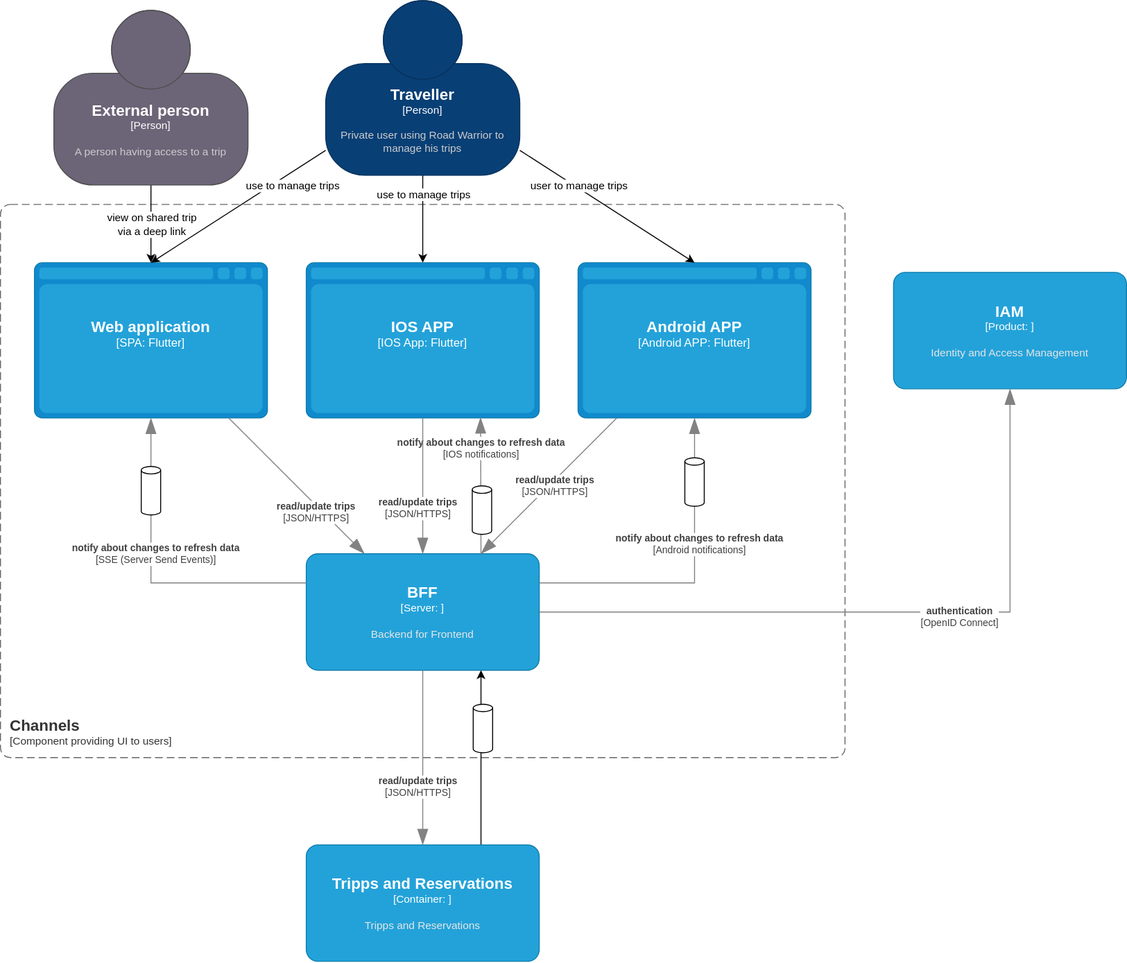
This is diagrams/Component-Channels.drawio.svg from wschaef/architecture-kata-2023, a draw.io export, as it was before one commit. Source tidied: cells renumbered, new cells last; positions are measured from the earlier drawing's top-left corner, leaving out a move shared by most shapes.
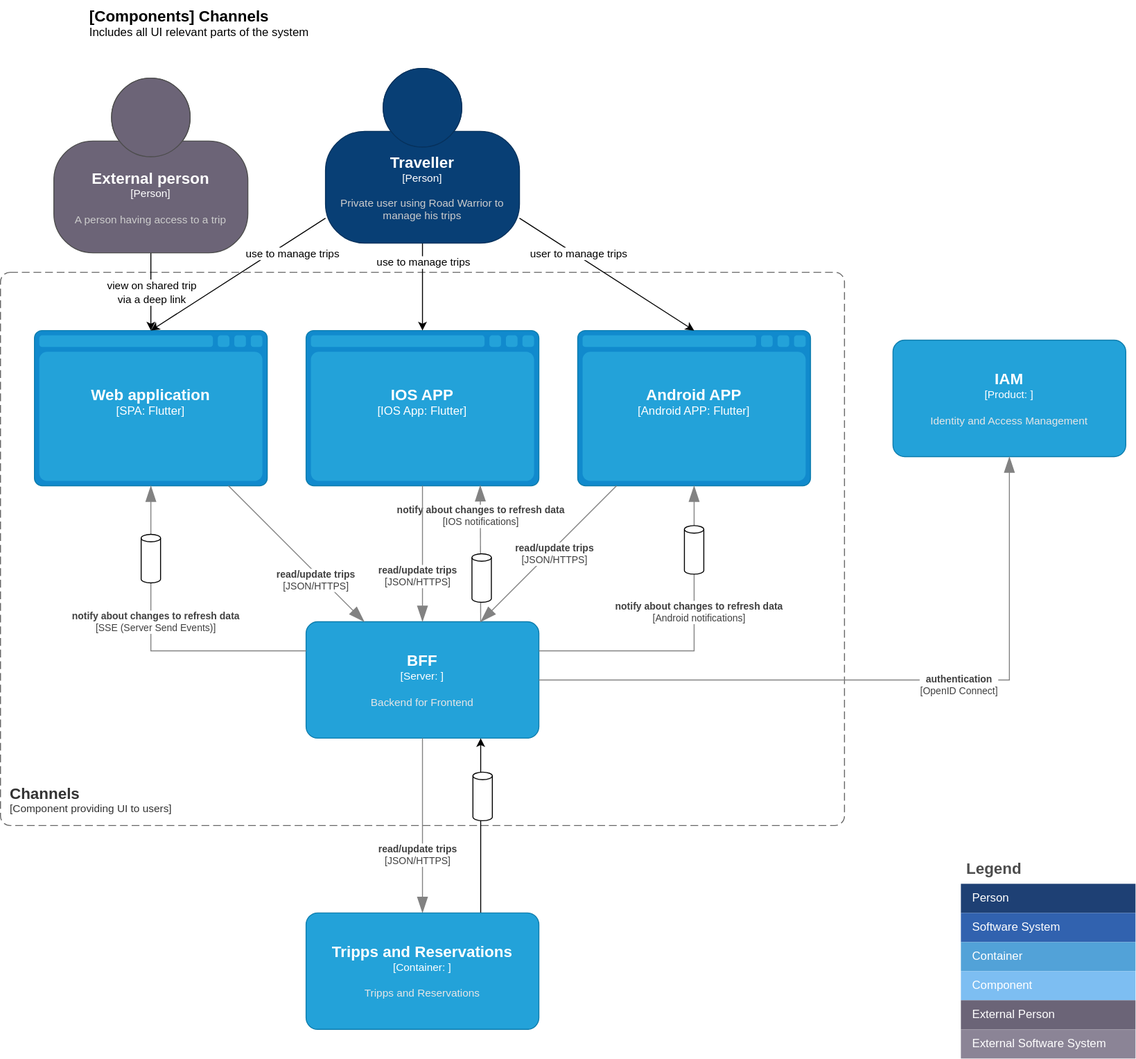
After the commit.

What changed in the source:
```diff
@@ -134,5 +134,49 @@
         <mxGeometry x="0.21" y="-5" relative="1" as="geometry" />
       </mxCell>
     </object>
+    <object id="32" label="&lt;font style=&quot;font-size: 16px&quot;&gt;&lt;b&gt;&lt;div style=&quot;text-align: left&quot;&gt;%c4Name%&lt;/div&gt;&lt;/b&gt;&lt;/font&gt;&lt;div style=&quot;text-align: left&quot;&gt;%c4Description%&lt;/div&gt;" c4Description="Includes all UI relevant parts of the system" c4Name="[Components] Channels" c4Type="ContainerDiagramTitle" placeholders="1">
+      <mxCell style="text;html=1;strokeColor=none;fillColor=none;align=left;verticalAlign=top;whiteSpace=wrap;rounded=0;" parent="1" vertex="1">
+        <mxGeometry x="90" y="-70" width="680" height="40" as="geometry" />
+      </mxCell>
+    </object>
+    <mxCell id="33" value="Legend" style="shape=table;startSize=30;fontSize=16;align=left;verticalAlign=top;fillColor=none;strokeColor=none;fontColor=#4D4D4D;fontStyle=1;spacingLeft=6;spacing=0;" parent="1" vertex="1">
+      <mxGeometry x="990" y="810" width="180" height="210" as="geometry" />
+    </mxCell>
+    <mxCell id="34" style="shape=tableRow;horizontal=0;startSize=0;swimlaneHead=0;swimlaneBody=0;strokeColor=inherit;top=0;left=0;bottom=0;right=0;fillColor=none;fontSize=12;" parent="33" vertex="1">
+      <mxGeometry y="30" width="180" height="30" as="geometry" />
+    </mxCell>
+    <mxCell id="35" value="Person" style="shape=partialRectangle;html=1;whiteSpace=wrap;strokeColor=inherit;overflow=hidden;fillColor=#1E4074;top=0;left=0;bottom=0;right=0;fontSize=12;align=left;fontColor=#FFFFFF;gradientColor=none;spacingLeft=10;spacingRight=4;" parent="34" vertex="1">
+      <mxGeometry width="180" height="30" as="geometry" />
+    </mxCell>
+    <mxCell id="36" style="shape=tableRow;horizontal=0;startSize=0;swimlaneHead=0;swimlaneBody=0;strokeColor=inherit;top=0;left=0;bottom=0;right=0;fillColor=none;fontSize=12;" parent="33" vertex="1">
+      <mxGeometry y="60" width="180" height="30" as="geometry" />
+    </mxCell>
+    <mxCell id="37" value="Software System" style="shape=partialRectangle;html=1;whiteSpace=wrap;strokeColor=inherit;overflow=hidden;fillColor=#3162AF;top=0;left=0;bottom=0;right=0;fontSize=12;align=left;fontColor=#FFFFFF;gradientColor=none;spacingLeft=10;spacingRight=4;" parent="36" vertex="1">
+      <mxGeometry width="180" height="30" as="geometry" />
+    </mxCell>
+    <mxCell id="38" style="shape=tableRow;horizontal=0;startSize=0;swimlaneHead=0;swimlaneBody=0;strokeColor=inherit;top=0;left=0;bottom=0;right=0;fillColor=none;fontSize=12;" parent="33" vertex="1">
+      <mxGeometry y="90" width="180" height="30" as="geometry" />
+    </mxCell>
+    <mxCell id="39" value="Container" style="shape=partialRectangle;html=1;whiteSpace=wrap;strokeColor=inherit;overflow=hidden;fillColor=#52a2d8;top=0;left=0;bottom=0;right=0;fontSize=12;align=left;fontColor=#FFFFFF;gradientColor=none;spacingLeft=10;spacingRight=4;" parent="38" vertex="1">
+      <mxGeometry width="180" height="30" as="geometry" />
+    </mxCell>
+    <mxCell id="40" style="shape=tableRow;horizontal=0;startSize=0;swimlaneHead=0;swimlaneBody=0;strokeColor=inherit;top=0;left=0;bottom=0;right=0;fillColor=none;fontSize=12;" parent="33" vertex="1">
+      <mxGeometry y="120" width="180" height="30" as="geometry" />
+    </mxCell>
+    <mxCell id="41" value="Component" style="shape=partialRectangle;html=1;whiteSpace=wrap;strokeColor=inherit;overflow=hidden;fillColor=#7dbef2;top=0;left=0;bottom=0;right=0;fontSize=12;align=left;fontColor=#FFFFFF;gradientColor=none;spacingLeft=10;spacingRight=4;" parent="40" vertex="1">
+      <mxGeometry width="180" height="30" as="geometry" />
+    </mxCell>
+    <mxCell id="42" style="shape=tableRow;horizontal=0;startSize=0;swimlaneHead=0;swimlaneBody=0;strokeColor=inherit;top=0;left=0;bottom=0;right=0;fillColor=none;fontSize=12;" parent="33" vertex="1">
+      <mxGeometry y="150" width="180" height="30" as="geometry" />
+    </mxCell>
+    <mxCell id="43" value="External Person" style="shape=partialRectangle;html=1;whiteSpace=wrap;strokeColor=inherit;overflow=hidden;fillColor=#6b6477;top=0;left=0;bottom=0;right=0;fontSize=12;align=left;fontColor=#FFFFFF;gradientColor=none;spacingLeft=10;spacingRight=4;" parent="42" vertex="1">
+      <mxGeometry width="180" height="30" as="geometry" />
+    </mxCell>
+    <mxCell id="44" style="shape=tableRow;horizontal=0;startSize=0;swimlaneHead=0;swimlaneBody=0;strokeColor=inherit;top=0;left=0;bottom=0;right=0;fillColor=none;fontSize=12;" parent="33" vertex="1">
+      <mxGeometry y="180" width="180" height="30" as="geometry" />
+    </mxCell>
+    <mxCell id="45" value="External Software System" style="shape=partialRectangle;html=1;whiteSpace=wrap;strokeColor=inherit;overflow=hidden;fillColor=#8b8496;top=0;left=0;bottom=0;right=0;fontSize=12;align=left;fontColor=#FFFFFF;gradientColor=none;spacingLeft=10;spacingRight=4;" parent="44" vertex="1">
+      <mxGeometry width="180" height="30" as="geometry" />
+    </mxCell>
   </root>
 </mxGraphModel>
```
